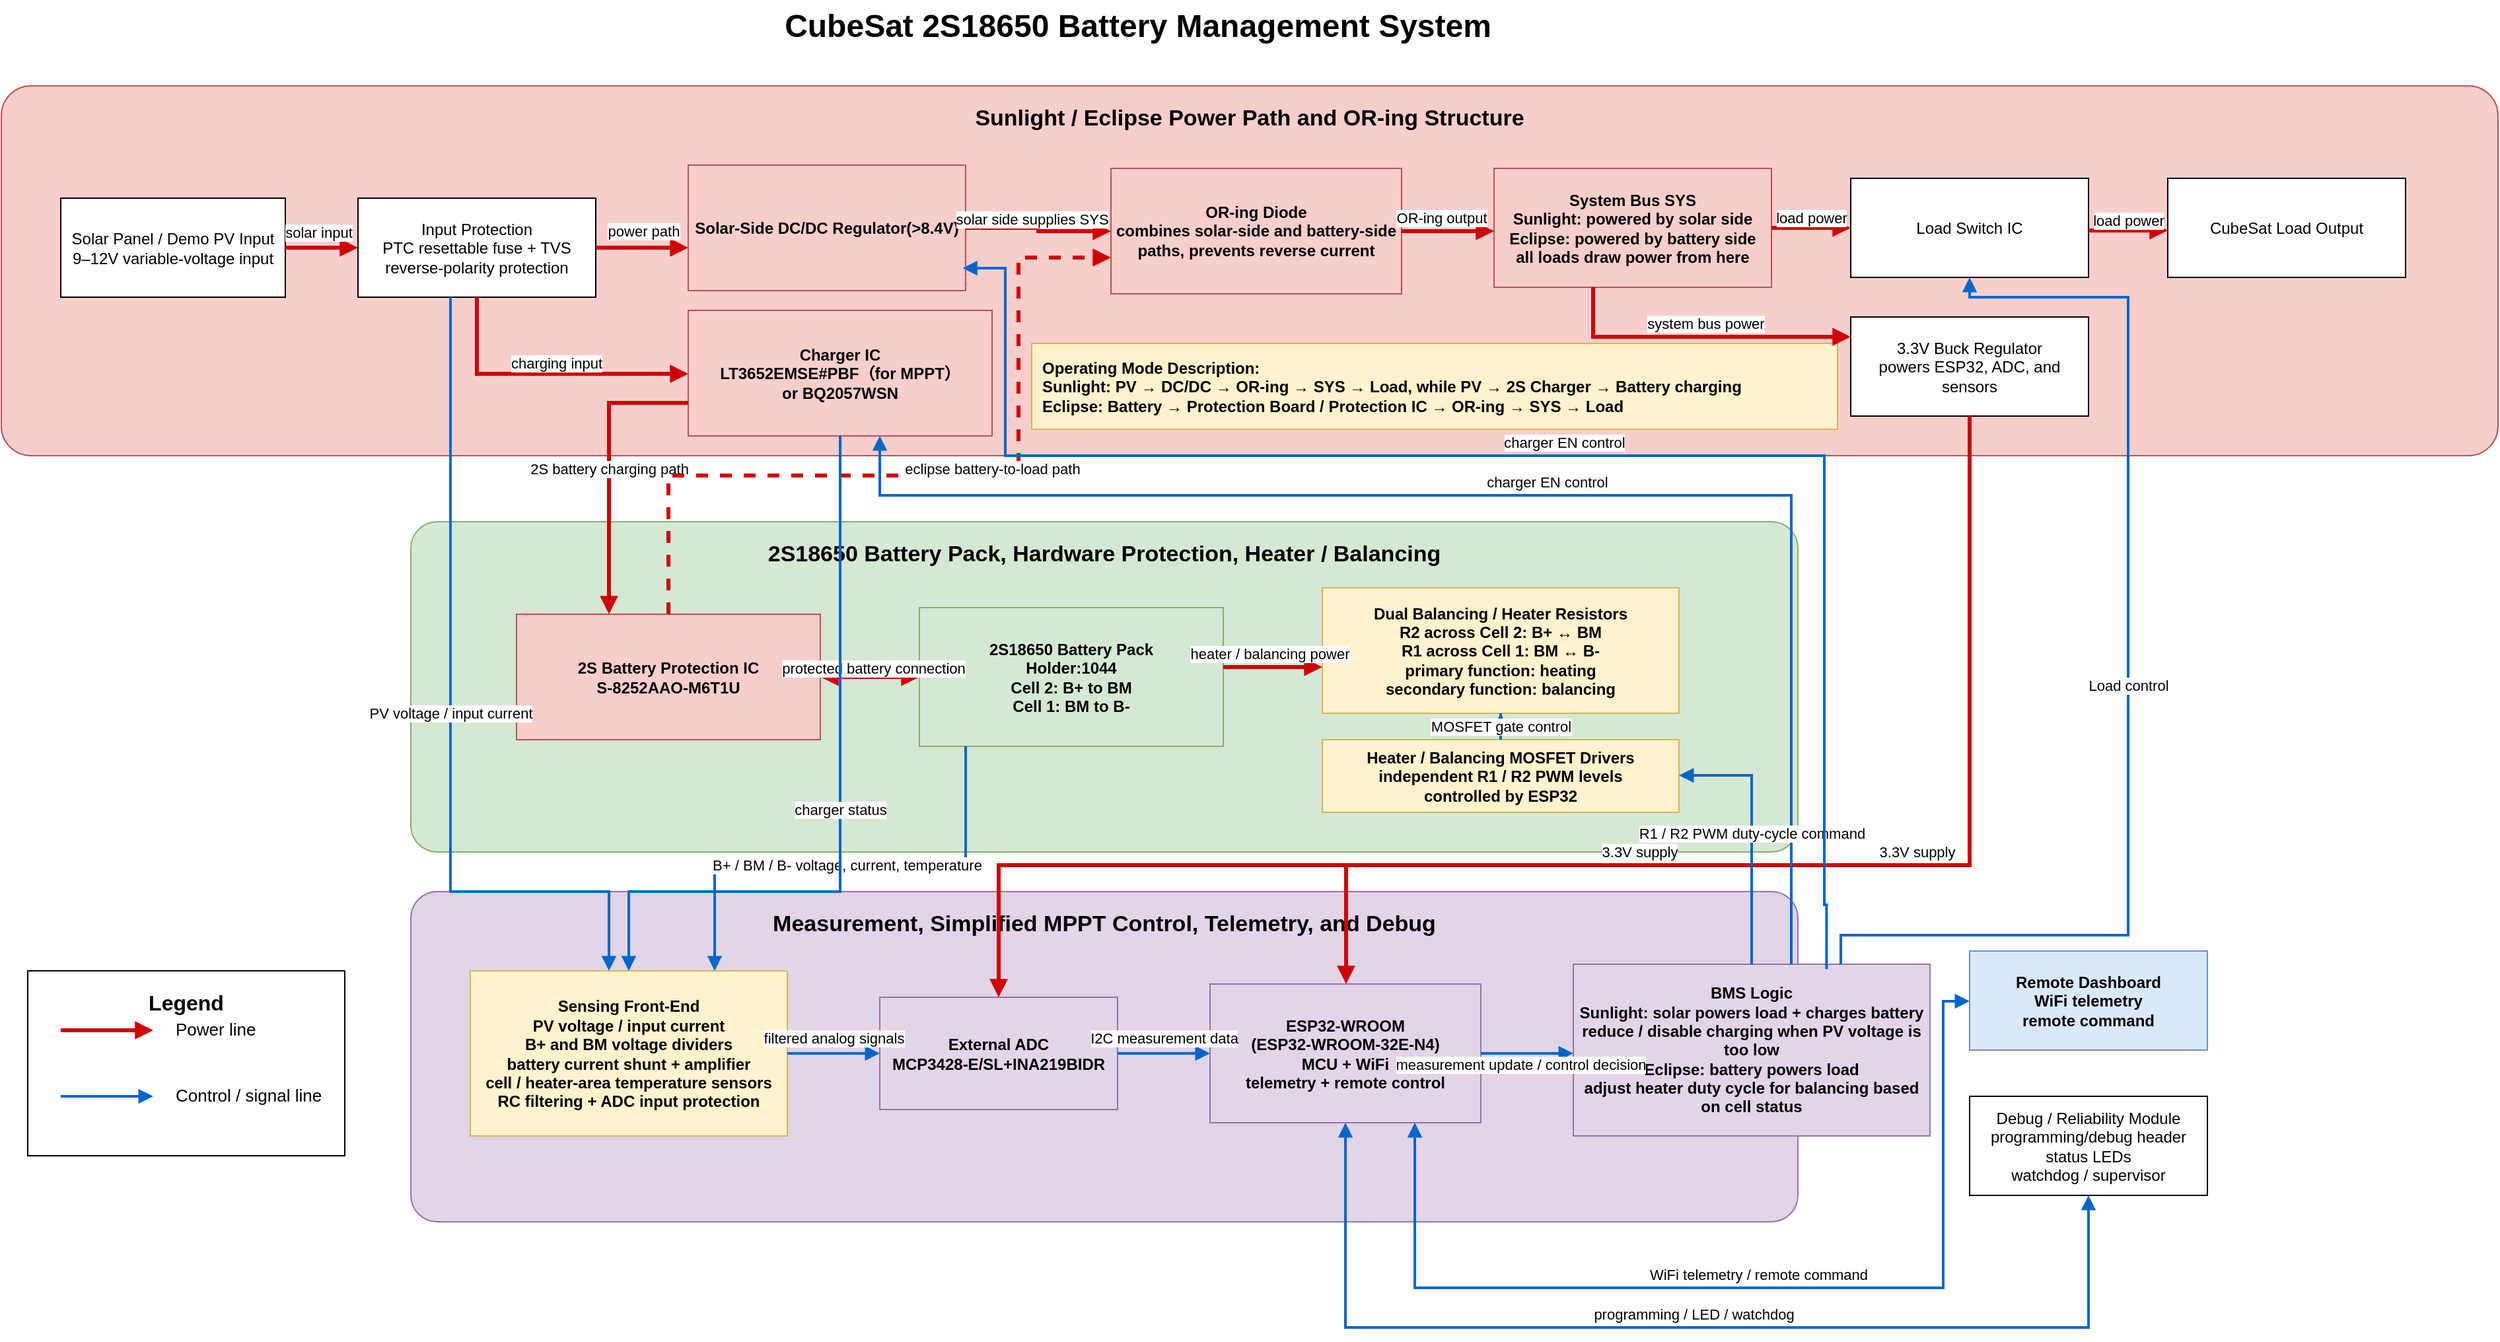
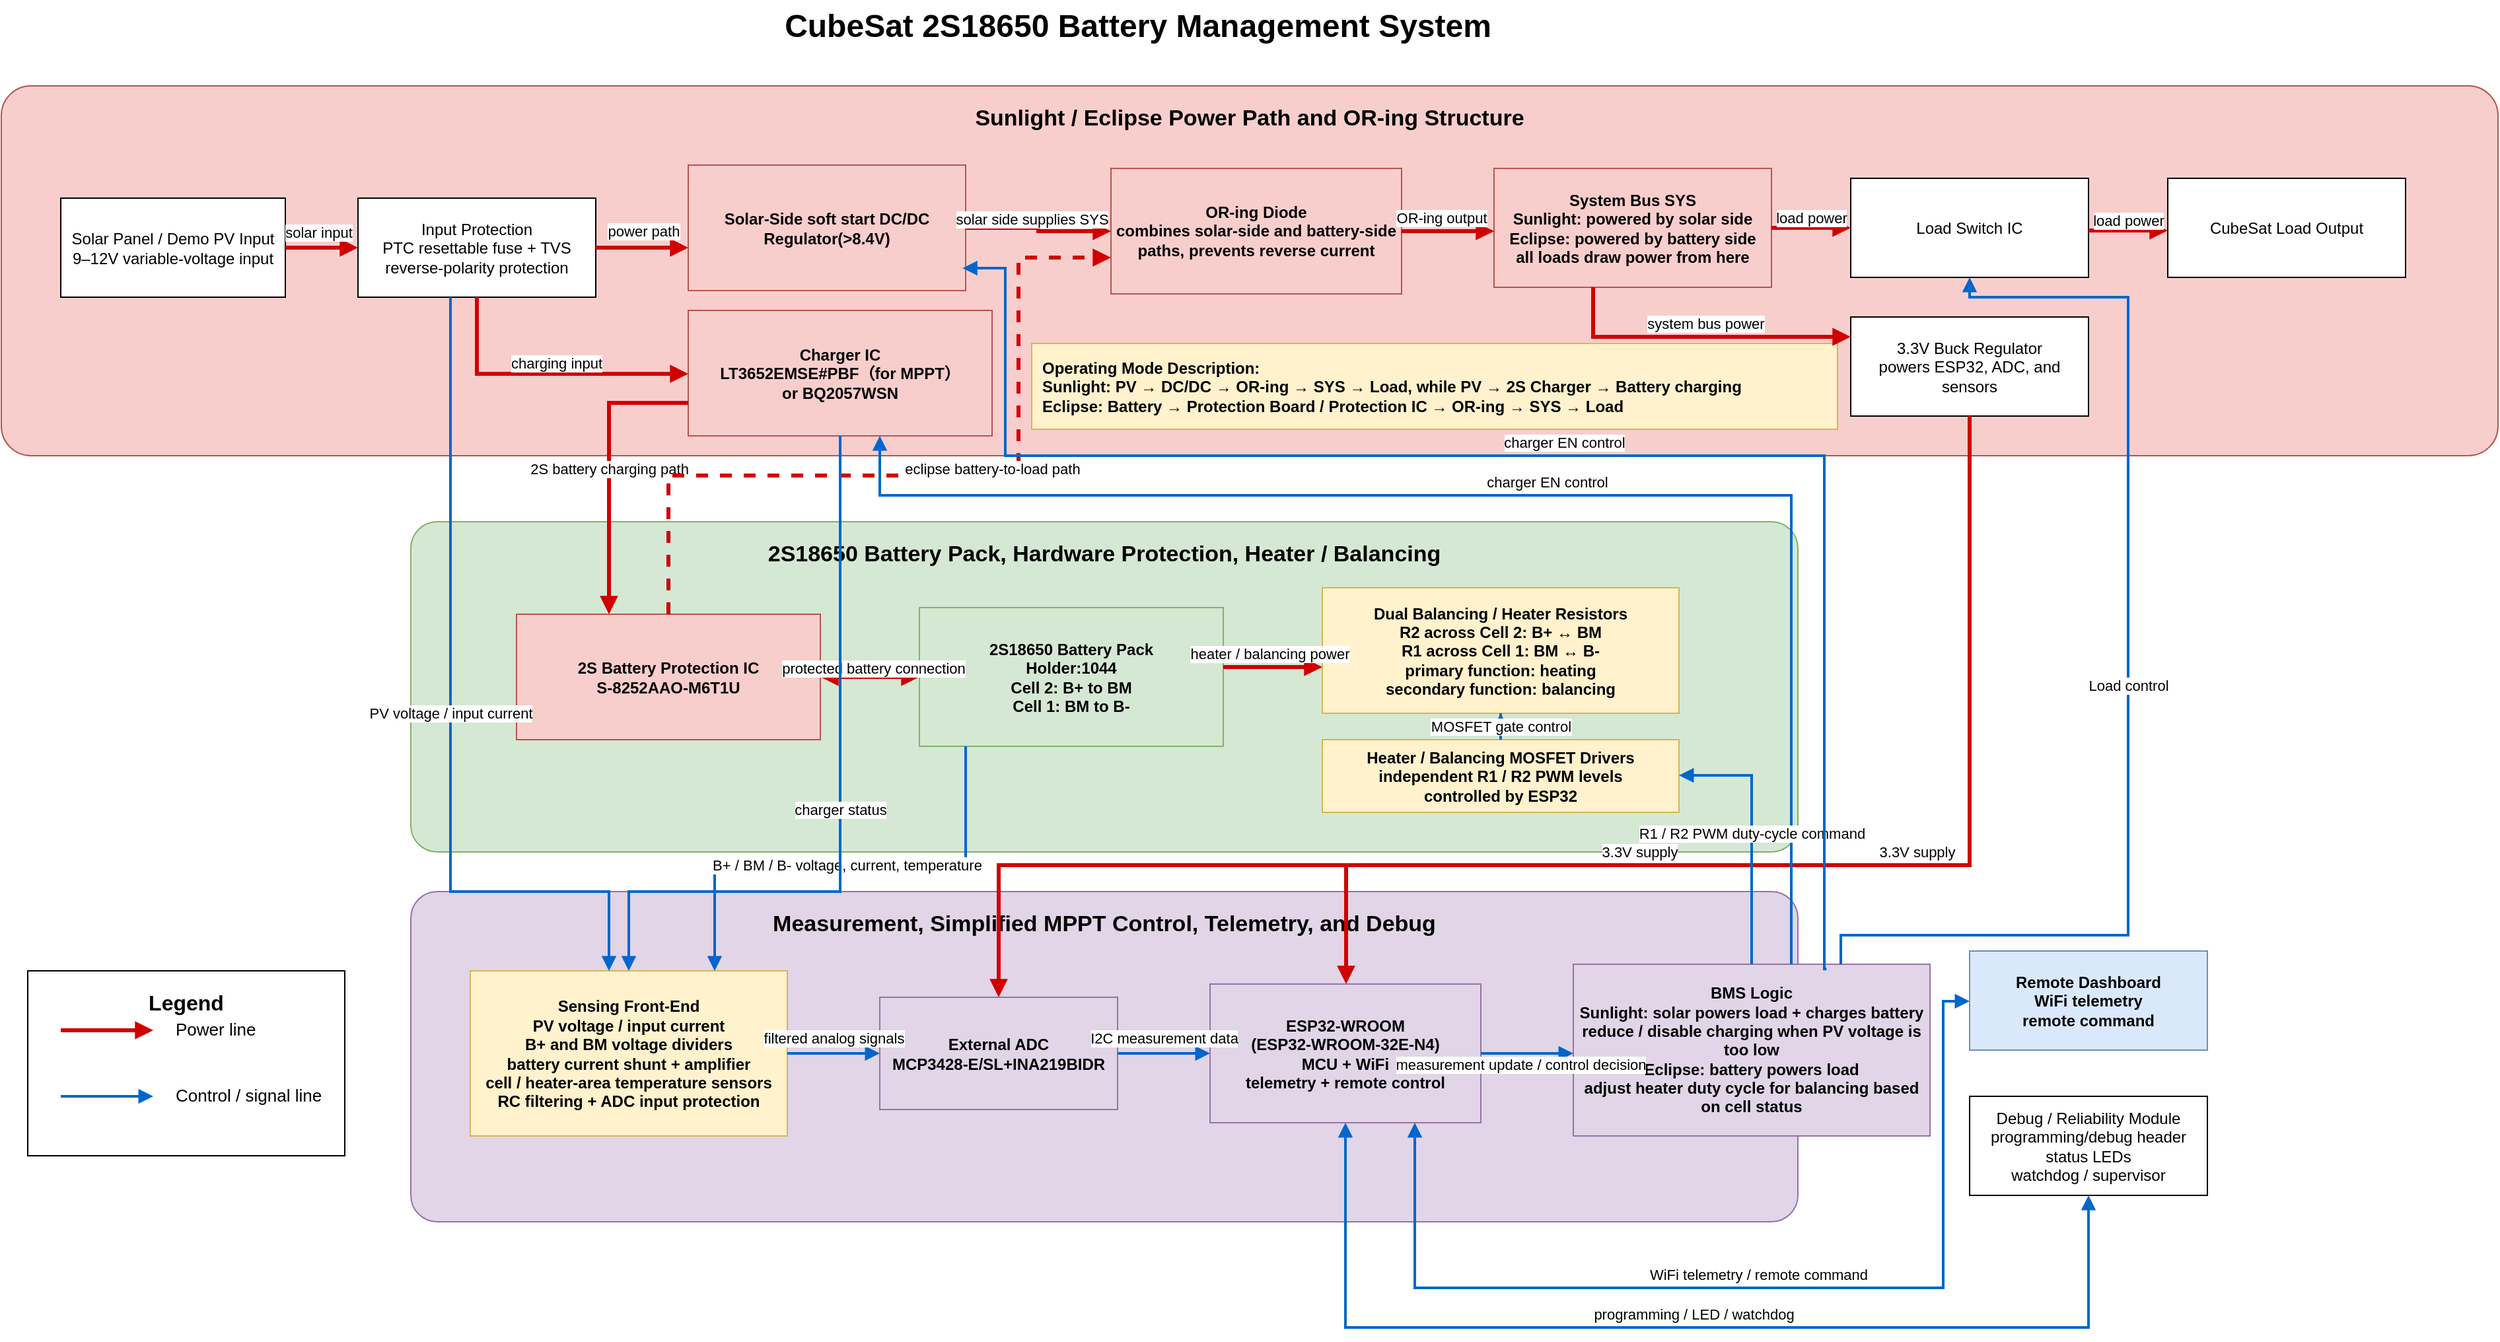
<mxfile host="app.diagrams.net">
  <diagram name="第 1 页" id="mtsnZ4J5otzk8pghUDI_">
    <mxGraphModel dx="1155" dy="720" grid="1" gridSize="10" guides="1" tooltips="1" connect="1" arrows="1" fold="1" page="1" pageScale="1" pageWidth="1800" pageHeight="1050" math="0" shadow="0">
      <root>
        <mxCell id="0" />
        <mxCell id="1" parent="0" />
        <mxCell id="title" parent="1" style="text;html=1;strokeColor=none;fillColor=none;align=center;verticalAlign=middle;fontSize=24;fontStyle=1" value="CubeSat 2S18650 Battery Management System" vertex="1">
          <mxGeometry height="40" width="1380" x="210" y="25" as="geometry" />
        </mxCell>
        <mxCell id="box_power" parent="1" style="rounded=1;whiteSpace=wrap;html=1;container=1;collapsible=0;recursiveResize=0;arcSize=8;fontSize=17;fontStyle=1;verticalAlign=top;spacingTop=8;fillColor=#f8cecc;strokeColor=#b85450;" value="Sunlight / Eclipse Power Path and OR-ing Structure" vertex="1">
          <mxGeometry height="280" width="1890" x="40" y="90" as="geometry" />
        </mxCell>
        <mxCell id="oring" parent="box_power" style="rounded=0;whiteSpace=wrap;html=1;fillColor=#f8cecc;strokeColor=#b85450;fontSize=12;fontStyle=1;" value="OR-ing Diode&lt;br&gt;combines solar-side and battery-side paths, prevents reverse current" vertex="1">
          <mxGeometry height="95" width="220" x="840" y="62.5" as="geometry" />
        </mxCell>
        <mxCell id="system_bus" parent="box_power" style="rounded=0;whiteSpace=wrap;html=1;fillColor=#f8cecc;strokeColor=#b85450;fontSize=12;fontStyle=1;" value="System Bus SYS&lt;br&gt;Sunlight: powered by solar side&lt;br&gt;Eclipse: powered by battery side&lt;br&gt;all loads draw power from here" vertex="1">
          <mxGeometry height="90" width="210" x="1130" y="62.5" as="geometry" />
        </mxCell>
        <mxCell id="p_oring_to_bus" edge="1" parent="box_power" source="oring" style="edgeStyle=orthogonalEdgeStyle;rounded=0;orthogonalLoop=1;jettySize=auto;endArrow=block;html=1;strokeWidth=3;strokeColor=#d00000;fontSize=11;" target="system_bus" value="OR-ing output">
          <mxGeometry relative="1" x="-0.1429" y="10" as="geometry">
            <mxPoint as="offset" />
            <Array as="points">
              <mxPoint x="1110" y="110" />
              <mxPoint x="1110" y="110" />
            </Array>
          </mxGeometry>
        </mxCell>
        <mxCell id="load" parent="box_power" style="rounded=0;whiteSpace=wrap;html=1;fillColor=#ffffff;strokeColor=#000000;fontSize=12;" value="Load Switch IC" vertex="1">
          <mxGeometry height="75" width="180" x="1400" y="70" as="geometry" />
        </mxCell>
        <mxCell id="p_bus_to_load" edge="1" parent="box_power" source="system_bus" style="edgeStyle=orthogonalEdgeStyle;rounded=0;orthogonalLoop=1;jettySize=auto;endArrow=block;html=1;strokeWidth=3;strokeColor=#d00000;fontSize=11;" target="load" value="load power">
          <mxGeometry relative="1" x="0.0067" y="8" as="geometry">
            <mxPoint as="offset" />
            <Array as="points">
              <mxPoint x="1370" y="108" />
              <mxPoint x="1370" y="108" />
            </Array>
          </mxGeometry>
        </mxCell>
        <mxCell id="vB4gOoja8xux1XnVtfFI-2" parent="box_power" style="rounded=0;whiteSpace=wrap;html=1;fillColor=#ffffff;strokeColor=#000000;fontSize=12;" value="CubeSat Load Output" vertex="1">
          <mxGeometry height="75" width="180" x="1640" y="70" as="geometry" />
        </mxCell>
        <mxCell id="vB4gOoja8xux1XnVtfFI-4" edge="1" parent="box_power" style="edgeStyle=orthogonalEdgeStyle;rounded=0;orthogonalLoop=1;jettySize=auto;endArrow=block;html=1;strokeWidth=3;strokeColor=#d00000;fontSize=11;" value="load power">
          <mxGeometry relative="1" x="0.0067" y="8" as="geometry">
            <mxPoint as="offset" />
            <Array as="points">
              <mxPoint x="1610" y="109.5" />
              <mxPoint x="1610" y="109.5" />
            </Array>
            <mxPoint x="1580" y="109.5" as="sourcePoint" />
            <mxPoint x="1640" y="109.5" as="targetPoint" />
          </mxGeometry>
        </mxCell>
        <mxCell id="box_battery" parent="1" style="rounded=1;whiteSpace=wrap;html=1;container=1;collapsible=0;recursiveResize=0;arcSize=8;fontSize=17;fontStyle=1;verticalAlign=top;spacingTop=8;fillColor=#d5e8d4;strokeColor=#82b366;" value="2S18650 Battery Pack, Hardware Protection, Heater / Balancing" vertex="1">
          <mxGeometry height="250" width="1050" x="350" y="420" as="geometry" />
        </mxCell>
        <mxCell id="box_control" parent="1" style="rounded=1;whiteSpace=wrap;html=1;container=1;collapsible=0;recursiveResize=0;arcSize=8;fontSize=17;fontStyle=1;verticalAlign=top;spacingTop=8;fillColor=#e1d5e7;strokeColor=#9673a6;" value="Measurement, Simplified MPPT Control, Telemetry, and Debug" vertex="1">
          <mxGeometry height="250" width="1050" x="350" y="700" as="geometry" />
        </mxCell>
        <mxCell id="legend" parent="1" style="rounded=0;whiteSpace=wrap;html=1;fillColor=#ffffff;strokeColor=#000000;fontSize=16;fontStyle=1;verticalAlign=top;spacingTop=8;" value="Legend" vertex="1">
          <mxGeometry height="140" width="240" x="60" y="760" as="geometry" />
        </mxCell>
        <mxCell id="solar" parent="1" style="rounded=0;whiteSpace=wrap;html=1;fillColor=#ffffff;strokeColor=#000000;fontSize=12;" value="Solar Panel / Demo PV Input&lt;br&gt;9–12V variable-voltage input" vertex="1">
          <mxGeometry height="75" width="170" x="85" y="175" as="geometry" />
        </mxCell>
        <mxCell id="input_protection" parent="1" style="rounded=0;whiteSpace=wrap;html=1;fillColor=#ffffff;strokeColor=#000000;fontSize=12;" value="Input Protection&lt;br&gt;PTC resettable fuse + TVS&lt;br&gt;reverse-polarity protection" vertex="1">
          <mxGeometry height="75" width="180" x="310" y="175" as="geometry" />
        </mxCell>
-         <mxCell id="solar_bus_reg" parent="1" style="rounded=0;whiteSpace=wrap;html=1;fillColor=#f8cecc;strokeColor=#b85450;fontSize=12;fontStyle=1;" value="Solar-Side DC/DC Regulator(&amp;gt;8.4V)" vertex="1">
+         <mxCell id="solar_bus_reg" parent="1" style="rounded=0;whiteSpace=wrap;html=1;fillColor=#f8cecc;strokeColor=#b85450;fontSize=12;fontStyle=1;" value="Solar-Side soft start DC/DC Regulator(&amp;gt;8.4V)" vertex="1">
          <mxGeometry height="95" width="210" x="560" y="150" as="geometry" />
        </mxCell>
        <mxCell id="solar_charger" parent="1" style="rounded=0;whiteSpace=wrap;html=1;fillColor=#f8cecc;strokeColor=#b85450;fontSize=12;fontStyle=1;" value="Charger IC&lt;br&gt;LT3652EMSE#PBF（for MPPT）&lt;br&gt;or BQ2057WSN" vertex="1">
          <mxGeometry height="95" width="230" x="560" y="260" as="geometry" />
        </mxCell>
        <mxCell id="regulator" parent="1" style="rounded=0;whiteSpace=wrap;html=1;fillColor=#ffffff;strokeColor=#000000;fontSize=12;" value="3.3V Buck Regulator&lt;br&gt;powers ESP32, ADC, and sensors" vertex="1">
          <mxGeometry height="75" width="180" x="1440" y="265" as="geometry" />
        </mxCell>
        <mxCell id="mode_note" parent="1" style="rounded=0;whiteSpace=wrap;html=1;fillColor=#fff2cc;strokeColor=#d6b656;fontSize=12;fontStyle=1;align=left;spacing=8;" value="Operating Mode Description:&lt;br&gt;Sunlight: PV → DC/DC → OR-ing → SYS → Load, while PV → 2S Charger → Battery charging&lt;br&gt;Eclipse: Battery → Protection Board / Protection IC → OR-ing → SYS → Load" vertex="1">
          <mxGeometry height="65" width="610" x="820" y="285" as="geometry" />
        </mxCell>
        <mxCell id="protection" parent="1" style="rounded=0;whiteSpace=wrap;html=1;fillColor=#f8cecc;strokeColor=#b85450;fontSize=12;fontStyle=1;" value="2S Battery Protection IC&lt;br&gt;&lt;div&gt;S-8252AAO-M6T1U&lt;/div&gt;" vertex="1">
          <mxGeometry height="95" width="230" x="430" y="490" as="geometry" />
        </mxCell>
        <mxCell id="battery" parent="1" style="rounded=0;whiteSpace=wrap;html=1;fillColor=#d5e8d4;strokeColor=#82b366;fontSize=12;fontStyle=1;" value="2S18650 Battery Pack&lt;div&gt;Holder:1044&lt;br&gt;Cell 2: B+ to BM&lt;br&gt;Cell 1: BM to B-&lt;/div&gt;" vertex="1">
          <mxGeometry height="105" width="230" x="735" y="485" as="geometry" />
        </mxCell>
        <mxCell id="heater_resistors" parent="1" style="rounded=0;whiteSpace=wrap;html=1;fillColor=#fff2cc;strokeColor=#d6b656;fontSize=12;fontStyle=1;" value="Dual Balancing / Heater Resistors&lt;br&gt;R2 across Cell 2: B+ ↔ BM&lt;br&gt;R1 across Cell 1: BM ↔ B-&lt;br&gt;primary function: heating&lt;br&gt;secondary function: balancing" vertex="1">
          <mxGeometry height="95" width="270" x="1040" y="470" as="geometry" />
        </mxCell>
        <mxCell id="heater_driver" parent="1" style="rounded=0;whiteSpace=wrap;html=1;fillColor=#fff2cc;strokeColor=#d6b656;fontSize=12;fontStyle=1;" value="Heater / Balancing MOSFET Drivers&lt;br&gt;independent R1 / R2 PWM levels&lt;br&gt;controlled by ESP32" vertex="1">
          <mxGeometry height="55" width="270" x="1040" y="585" as="geometry" />
        </mxCell>
        <mxCell id="sensing" parent="1" style="rounded=0;whiteSpace=wrap;html=1;fillColor=#fff2cc;strokeColor=#d6b656;fontSize=12;fontStyle=1;" value="Sensing Front-End&lt;br&gt;PV voltage / input current&lt;br&gt;B+ and BM voltage dividers&lt;br&gt;battery current shunt + amplifier&lt;br&gt;cell / heater-area temperature sensors&lt;br&gt;RC filtering + ADC input protection" vertex="1">
          <mxGeometry height="125" width="240" x="395" y="760" as="geometry" />
        </mxCell>
        <mxCell id="adc" parent="1" style="rounded=0;whiteSpace=wrap;html=1;fillColor=#e1d5e7;strokeColor=#9673a6;fontSize=12;fontStyle=1;" value="External ADC&lt;br&gt;MCP3428-E/SL&lt;span style=&quot;background-color: transparent; color: light-dark(rgb(0, 0, 0), rgb(255, 255, 255));&quot;&gt;+&lt;/span&gt;&lt;span style=&quot;background-color: transparent; color: light-dark(rgb(0, 0, 0), rgb(255, 255, 255));&quot;&gt;INA219BIDR&lt;/span&gt;" vertex="1">
          <mxGeometry height="85" width="180" x="705" y="780" as="geometry" />
        </mxCell>
        <mxCell id="esp32" parent="1" style="rounded=0;whiteSpace=wrap;html=1;fillColor=#e1d5e7;strokeColor=#9673a6;fontSize=12;fontStyle=1;" value="ESP32-WROOM&lt;br&gt;(ESP32-WROOM-32E-N4)&lt;br&gt;MCU + WiFi&lt;br&gt;telemetry + remote control" vertex="1">
          <mxGeometry height="105" width="205" x="955" y="770" as="geometry" />
        </mxCell>
        <mxCell id="firmware" parent="1" style="rounded=0;whiteSpace=wrap;html=1;fillColor=#e1d5e7;strokeColor=#9673a6;fontSize=12;fontStyle=1;" value="BMS Logic&lt;br&gt;Sunlight: solar powers load + charges battery&lt;br&gt;reduce / disable charging when PV voltage is too low&lt;br&gt;Eclipse: battery powers load&lt;br&gt;adjust heater duty cycle for balancing based on cell status" vertex="1">
          <mxGeometry height="130" width="270" x="1230" y="755" as="geometry" />
        </mxCell>
        <mxCell id="remote" parent="1" style="rounded=0;whiteSpace=wrap;html=1;fillColor=#dae8fc;strokeColor=#6c8ebf;fontSize=12;fontStyle=1;" value="Remote Dashboard&lt;br&gt;WiFi telemetry&lt;br&gt;remote command" vertex="1">
          <mxGeometry height="75" width="180" x="1530" y="745" as="geometry" />
        </mxCell>
        <mxCell id="debug" parent="1" style="rounded=0;whiteSpace=wrap;html=1;fillColor=#ffffff;strokeColor=#000000;fontSize=12;" value="Debug / Reliability Module&lt;br&gt;programming/debug header&lt;br&gt;status LEDs&lt;br&gt;watchdog / supervisor" vertex="1">
          <mxGeometry height="75" width="180" x="1530" y="855" as="geometry" />
        </mxCell>
        <mxCell id="legend_power_line" edge="1" parent="1" style="endArrow=block;html=1;rounded=0;strokeWidth=3;strokeColor=#d00000;" value="">
          <mxGeometry relative="1" as="geometry">
            <mxPoint x="85" y="805" as="sourcePoint" />
            <mxPoint x="155" y="805" as="targetPoint" />
          </mxGeometry>
        </mxCell>
        <mxCell id="legend_power_text" parent="1" style="text;html=1;strokeColor=none;fillColor=none;fontSize=13;" value="Power line" vertex="1">
          <mxGeometry height="30" width="110" x="170" y="790" as="geometry" />
        </mxCell>
        <mxCell id="legend_signal_line" edge="1" parent="1" style="endArrow=block;html=1;rounded=0;strokeWidth=2;strokeColor=#0066cc;" value="">
          <mxGeometry relative="1" as="geometry">
            <mxPoint x="85" y="855" as="sourcePoint" />
            <mxPoint x="155" y="855" as="targetPoint" />
          </mxGeometry>
        </mxCell>
        <mxCell id="legend_signal_text" parent="1" style="text;html=1;strokeColor=none;fillColor=none;fontSize=13;" value="Control / signal line" vertex="1">
          <mxGeometry height="30" width="130" x="170" y="840" as="geometry" />
        </mxCell>
        <mxCell id="p_solar_to_input" edge="1" parent="1" source="solar" style="edgeStyle=orthogonalEdgeStyle;rounded=0;orthogonalLoop=1;jettySize=auto;endArrow=block;html=1;strokeWidth=3;strokeColor=#d00000;fontSize=11;" target="input_protection" value="solar input">
          <mxGeometry relative="1" x="-0.0909" y="13" as="geometry">
            <mxPoint y="1" as="offset" />
          </mxGeometry>
        </mxCell>
        <mxCell id="p_input_to_solar_bus_reg" edge="1" parent="1" source="input_protection" style="edgeStyle=orthogonalEdgeStyle;rounded=0;orthogonalLoop=1;jettySize=auto;endArrow=block;html=1;strokeWidth=3;strokeColor=#d00000;fontSize=11;" target="solar_bus_reg" value="power path">
          <mxGeometry relative="1" x="0.0348" y="13" as="geometry">
            <mxPoint as="offset" />
            <Array as="points">
              <mxPoint x="550" y="212" />
              <mxPoint x="550" y="212" />
            </Array>
          </mxGeometry>
        </mxCell>
        <mxCell id="p_input_to_charger" edge="1" parent="1" source="input_protection" style="edgeStyle=orthogonalEdgeStyle;rounded=0;orthogonalLoop=1;jettySize=auto;endArrow=block;html=1;strokeWidth=3;strokeColor=#d00000;fontSize=11;" target="solar_charger" value="charging input">
          <mxGeometry relative="1" x="0.0828" y="8" as="geometry">
            <mxPoint as="offset" />
            <Array as="points">
              <mxPoint x="400" y="308" />
            </Array>
          </mxGeometry>
        </mxCell>
        <mxCell id="p_solar_bus_reg_to_oring" edge="1" parent="1" source="solar_bus_reg" style="edgeStyle=orthogonalEdgeStyle;rounded=0;orthogonalLoop=1;jettySize=auto;endArrow=block;html=1;strokeWidth=3;strokeColor=#d00000;fontSize=11;" target="oring" value="solar side supplies SYS">
          <mxGeometry relative="1" x="-0.1111" y="8" as="geometry">
            <mxPoint y="1" as="offset" />
          </mxGeometry>
        </mxCell>
        <mxCell id="p_bus_to_reg" edge="1" parent="1" source="system_bus" style="edgeStyle=orthogonalEdgeStyle;rounded=0;orthogonalLoop=1;jettySize=auto;endArrow=block;html=1;strokeWidth=3;strokeColor=#d00000;fontSize=11;" target="regulator" value="system bus power">
          <mxGeometry relative="1" x="0.0517" y="10" as="geometry">
            <mxPoint as="offset" />
            <Array as="points">
              <mxPoint x="1245" y="280" />
            </Array>
          </mxGeometry>
        </mxCell>
        <mxCell id="p_reg_to_esp" edge="1" parent="1" source="regulator" style="edgeStyle=orthogonalEdgeStyle;rounded=0;orthogonalLoop=1;jettySize=auto;endArrow=block;html=1;strokeWidth=3;strokeColor=#d00000;fontSize=11;" target="esp32" value="3.3V supply">
          <mxGeometry relative="1" x="-0.1575" y="-10" as="geometry">
            <mxPoint as="offset" />
            <Array as="points">
              <mxPoint x="1530" y="680" />
              <mxPoint x="1058" y="680" />
            </Array>
          </mxGeometry>
        </mxCell>
        <mxCell id="p_reg_to_adc" edge="1" parent="1" source="regulator" style="edgeStyle=orthogonalEdgeStyle;rounded=0;orthogonalLoop=1;jettySize=auto;endArrow=block;html=1;strokeWidth=3;strokeColor=#d00000;fontSize=11;" target="adc" value="3.3V supply">
          <mxGeometry relative="1" x="0.0042" y="-10" as="geometry">
            <mxPoint as="offset" />
            <Array as="points">
              <mxPoint x="1530" y="680" />
              <mxPoint x="795" y="680" />
            </Array>
          </mxGeometry>
        </mxCell>
        <mxCell id="p_charger_to_protection" edge="1" parent="1" source="solar_charger" style="edgeStyle=orthogonalEdgeStyle;rounded=0;orthogonalLoop=1;jettySize=auto;endArrow=block;html=1;strokeWidth=3;strokeColor=#d00000;fontSize=11;" target="protection" value="2S battery charging path">
          <mxGeometry relative="1" as="geometry">
            <Array as="points">
              <mxPoint x="500" y="330" />
            </Array>
          </mxGeometry>
        </mxCell>
        <mxCell id="p_protection_to_battery" edge="1" parent="1" source="protection" style="edgeStyle=orthogonalEdgeStyle;rounded=0;orthogonalLoop=1;jettySize=auto;startArrow=block;endArrow=block;html=1;strokeWidth=3;strokeColor=#d00000;fontSize=11;" target="battery" value="protected battery connection">
          <mxGeometry relative="1" x="0.0667" y="8" as="geometry">
            <mxPoint y="1" as="offset" />
          </mxGeometry>
        </mxCell>
        <mxCell id="p_protection_to_oring" edge="1" parent="1" source="protection" style="edgeStyle=orthogonalEdgeStyle;rounded=0;orthogonalLoop=1;jettySize=auto;endArrow=block;html=1;strokeWidth=3;strokeColor=#d00000;fontSize=11;dashed=1;" target="oring" value="eclipse battery-to-load path">
          <mxGeometry relative="1" x="0.157" y="5" as="geometry">
            <mxPoint as="offset" />
            <Array as="points">
              <mxPoint x="545" y="385" />
              <mxPoint x="810" y="385" />
              <mxPoint x="810" y="220" />
            </Array>
          </mxGeometry>
        </mxCell>
        <mxCell id="p_battery_to_heater" edge="1" parent="1" source="battery" style="edgeStyle=orthogonalEdgeStyle;rounded=0;orthogonalLoop=1;jettySize=auto;endArrow=block;html=1;strokeWidth=3;strokeColor=#d00000;fontSize=11;" target="heater_resistors" value="heater / balancing power">
          <mxGeometry relative="1" x="-0.0667" y="10" as="geometry">
            <mxPoint as="offset" />
            <Array as="points">
              <mxPoint x="1030" y="530" />
              <mxPoint x="1030" y="530" />
            </Array>
          </mxGeometry>
        </mxCell>
        <mxCell id="s_battery_to_sensing" edge="1" parent="1" source="battery" style="edgeStyle=orthogonalEdgeStyle;rounded=0;orthogonalLoop=1;jettySize=auto;endArrow=block;html=1;strokeWidth=2;strokeColor=#0066cc;fontSize=11;" target="sensing" value="B+ / BM / B- voltage, current, temperature">
          <mxGeometry relative="1" as="geometry">
            <Array as="points">
              <mxPoint x="770" y="680" />
              <mxPoint x="580" y="680" />
            </Array>
          </mxGeometry>
        </mxCell>
        <mxCell id="s_pv_to_sensing" edge="1" parent="1" source="input_protection" style="edgeStyle=orthogonalEdgeStyle;rounded=0;orthogonalLoop=1;jettySize=auto;endArrow=block;html=1;strokeWidth=2;strokeColor=#0066cc;fontSize=11;" target="sensing" value="PV voltage / input current">
          <mxGeometry relative="1" as="geometry">
            <Array as="points">
              <mxPoint x="380" y="700" />
              <mxPoint x="500" y="700" />
            </Array>
          </mxGeometry>
        </mxCell>
        <mxCell id="s_charger_to_sensing" edge="1" parent="1" source="solar_charger" style="edgeStyle=orthogonalEdgeStyle;rounded=0;orthogonalLoop=1;jettySize=auto;endArrow=block;html=1;strokeWidth=2;strokeColor=#0066cc;fontSize=11;" target="sensing" value="charger status">
          <mxGeometry relative="1" as="geometry">
            <Array as="points">
              <mxPoint x="675" y="700" />
              <mxPoint x="515" y="700" />
            </Array>
          </mxGeometry>
        </mxCell>
        <mxCell id="s_sensing_to_adc" edge="1" parent="1" source="sensing" style="edgeStyle=orthogonalEdgeStyle;rounded=0;orthogonalLoop=1;jettySize=auto;endArrow=block;html=1;strokeWidth=2;strokeColor=#0066cc;fontSize=11;" target="adc" value="filtered analog signals">
          <mxGeometry relative="1" y="13" as="geometry">
            <mxPoint y="1" as="offset" />
          </mxGeometry>
        </mxCell>
        <mxCell id="s_adc_to_esp" edge="1" parent="1" source="adc" style="edgeStyle=orthogonalEdgeStyle;rounded=0;orthogonalLoop=1;jettySize=auto;endArrow=block;html=1;strokeWidth=2;strokeColor=#0066cc;fontSize=11;" target="esp32" value="I2C measurement data">
          <mxGeometry relative="1" y="13" as="geometry">
            <mxPoint y="1" as="offset" />
          </mxGeometry>
        </mxCell>
        <mxCell id="s_esp_to_firmware" edge="1" parent="1" source="esp32" style="edgeStyle=orthogonalEdgeStyle;rounded=0;orthogonalLoop=1;jettySize=auto;endArrow=block;html=1;strokeWidth=2;strokeColor=#0066cc;fontSize=11;" target="firmware" value="measurement update / control decision">
          <mxGeometry relative="1" x="-0.1429" y="-8" as="geometry">
            <mxPoint as="offset" />
            <Array as="points">
              <mxPoint x="1210" y="822" />
              <mxPoint x="1210" y="822" />
            </Array>
          </mxGeometry>
        </mxCell>
        <mxCell id="s_firmware_to_charger" edge="1" parent="1" style="edgeStyle=orthogonalEdgeStyle;rounded=0;orthogonalLoop=1;jettySize=auto;endArrow=block;html=1;strokeWidth=2;strokeColor=#0066cc;fontSize=11;" value="charger EN control">
          <mxGeometry relative="1" x="-0.0092" y="-10" as="geometry">
            <mxPoint as="offset" />
            <Array as="points">
              <mxPoint x="1394.96" y="400" />
              <mxPoint x="704.96" y="400" />
            </Array>
            <mxPoint x="1395.00347826087" y="755" as="sourcePoint" />
            <mxPoint x="705.0034782608698" y="355" as="targetPoint" />
          </mxGeometry>
        </mxCell>
        <mxCell id="s_firmware_to_heater_driver" edge="1" parent="1" source="firmware" style="edgeStyle=orthogonalEdgeStyle;rounded=0;orthogonalLoop=1;jettySize=auto;endArrow=block;html=1;strokeWidth=2;strokeColor=#0066cc;fontSize=11;" target="heater_driver" value="R1 / R2 PWM duty-cycle command">
          <mxGeometry relative="1" as="geometry">
            <Array as="points">
              <mxPoint x="1365" y="612" />
            </Array>
          </mxGeometry>
        </mxCell>
        <mxCell id="s_heater_driver_to_resistors" edge="1" parent="1" source="heater_driver" style="edgeStyle=orthogonalEdgeStyle;rounded=0;orthogonalLoop=1;jettySize=auto;endArrow=block;html=1;strokeWidth=2;strokeColor=#0066cc;fontSize=11;" target="heater_resistors" value="MOSFET gate control">
          <mxGeometry relative="1" as="geometry" />
        </mxCell>
        <mxCell id="s_esp_to_remote" edge="1" parent="1" source="esp32" style="edgeStyle=orthogonalEdgeStyle;rounded=0;orthogonalLoop=1;jettySize=auto;startArrow=block;endArrow=block;html=1;strokeWidth=2;strokeColor=#0066cc;fontSize=11;" target="remote" value="WiFi telemetry / remote command">
          <mxGeometry relative="1" x="0.0105" y="10" as="geometry">
            <mxPoint as="offset" />
            <Array as="points">
              <mxPoint x="1110" y="1000" />
              <mxPoint x="1510" y="1000" />
              <mxPoint x="1510" y="783" />
            </Array>
          </mxGeometry>
        </mxCell>
        <mxCell id="s_esp_to_debug" edge="1" parent="1" source="esp32" style="edgeStyle=orthogonalEdgeStyle;rounded=0;orthogonalLoop=1;jettySize=auto;startArrow=block;endArrow=block;html=1;strokeWidth=2;strokeColor=#0066cc;fontSize=11;" target="debug" value="programming / LED / watchdog">
          <mxGeometry relative="1" x="0.0214" y="10" as="geometry">
            <mxPoint x="1" as="offset" />
            <Array as="points">
              <mxPoint x="1058" y="1030" />
              <mxPoint x="1620" y="1030" />
            </Array>
          </mxGeometry>
        </mxCell>
        <mxCell id="vB4gOoja8xux1XnVtfFI-5" edge="1" parent="1" source="firmware" style="edgeStyle=orthogonalEdgeStyle;rounded=0;orthogonalLoop=1;jettySize=auto;endArrow=block;html=1;strokeWidth=2;strokeColor=#0066cc;fontSize=11;exitX=0.75;exitY=0;exitDx=0;exitDy=0;entryX=0.5;entryY=1;entryDx=0;entryDy=0;" target="load" value="Load control">
          <mxGeometry relative="1" as="geometry">
            <Array as="points">
              <mxPoint x="1433" y="733" />
              <mxPoint x="1650" y="733" />
              <mxPoint x="1650" y="250" />
              <mxPoint x="1530" y="250" />
            </Array>
            <mxPoint x="1440" y="733" as="sourcePoint" />
            <mxPoint x="1660" y="420" as="targetPoint" />
          </mxGeometry>
        </mxCell>
        <mxCell id="vB4gOoja8xux1XnVtfFI-6" edge="1" parent="1" source="firmware" style="edgeStyle=orthogonalEdgeStyle;rounded=0;orthogonalLoop=1;jettySize=auto;endArrow=block;html=1;strokeWidth=2;strokeColor=#0066cc;fontSize=11;exitX=0.71;exitY=0.028;exitDx=0;exitDy=0;exitPerimeter=0;entryX=0.989;entryY=0.821;entryDx=0;entryDy=0;entryPerimeter=0;" target="solar_bus_reg" value="charger EN control">
          <mxGeometry relative="1" x="-0.0092" y="-10" as="geometry">
            <mxPoint as="offset" />
            <Array as="points">
-               <mxPoint x="1422" y="710" />
-               <mxPoint x="1420" y="710" />
+               <mxPoint x="1420" y="759" />
              <mxPoint x="1420" y="370" />
              <mxPoint x="800" y="370" />
              <mxPoint x="800" y="228" />
            </Array>
            <mxPoint x="1450.04347826087" y="710" as="sourcePoint" />
            <mxPoint x="760.0434782608697" y="310" as="targetPoint" />
          </mxGeometry>
        </mxCell>
      </root>
    </mxGraphModel>
  </diagram>
</mxfile>
